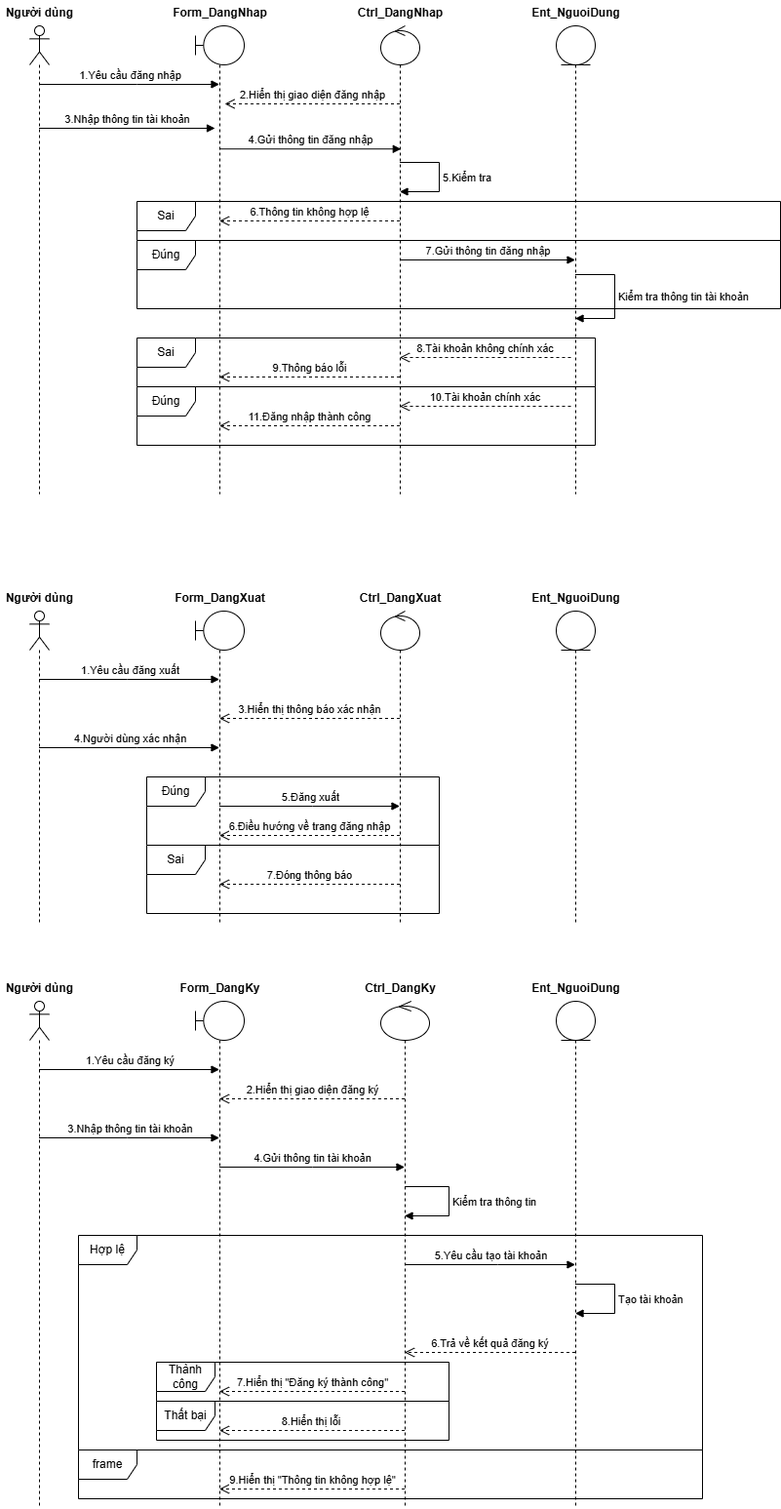
This is BieuDoTuanTu.drawio.png from Thaiduonng/PTTKHT, a draw.io export, as it was before one commit. Source tidied: cells renumbered, new cells last; positions are measured from the earlier drawing's top-left corner, leaving out a move shared by most shapes.
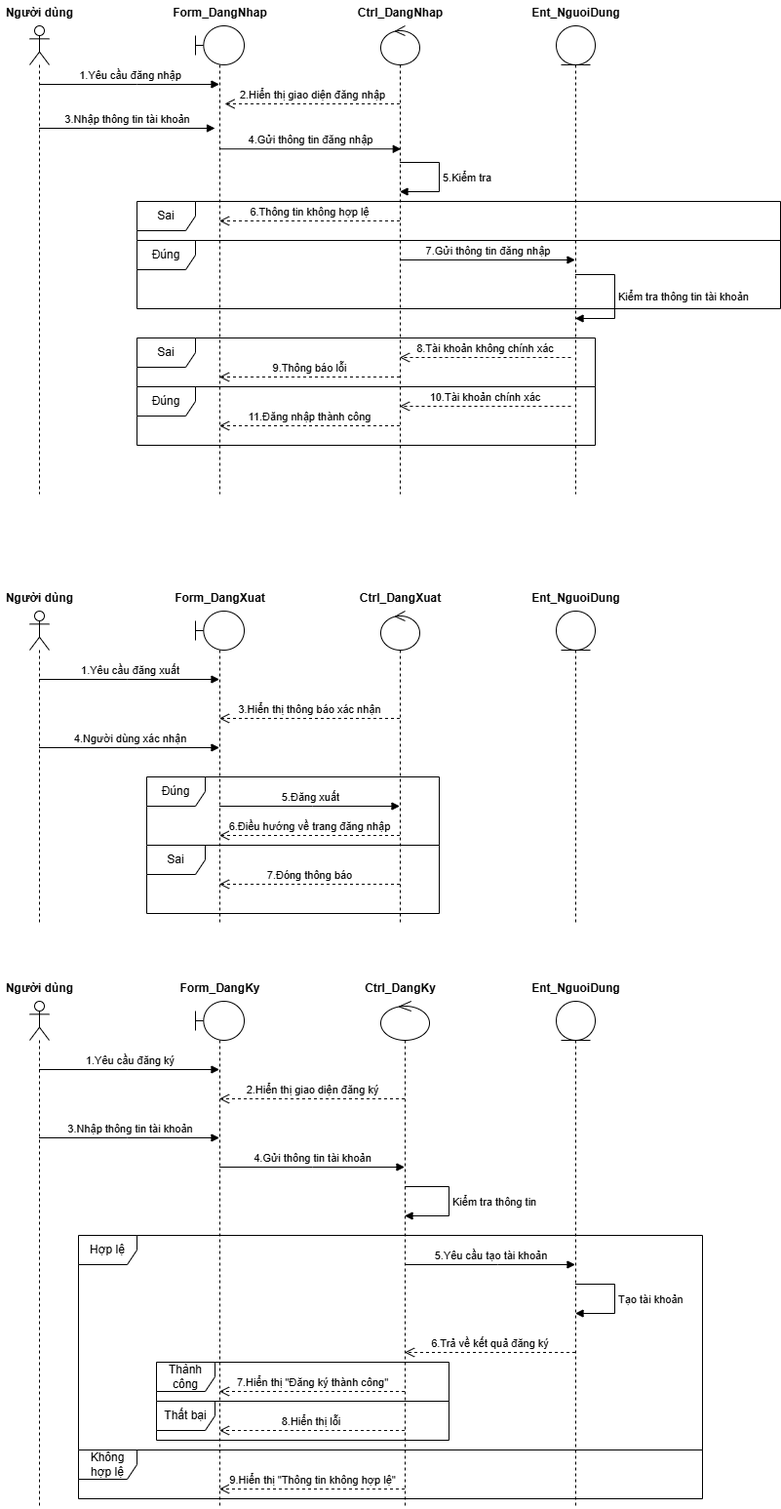
After the change.

Diff of the diagram source:
```diff
@@ -297,7 +297,7 @@
     <mxCell id="62" value="Thất bại" style="shape=umlFrame;whiteSpace=wrap;html=1;" parent="1" vertex="1">
       <mxGeometry x="160" y="1436" width="300" height="40" as="geometry" />
     </mxCell>
-    <mxCell id="63" value="frame" style="shape=umlFrame;whiteSpace=wrap;html=1;" parent="1" vertex="1">
+    <mxCell id="63" value="Không hợp lệ" style="shape=umlFrame;whiteSpace=wrap;html=1;" parent="1" vertex="1">
       <mxGeometry x="80" y="1486" width="640" height="50" as="geometry" />
     </mxCell>
     <mxCell id="64" value="9.Hiển thị &quot;Thông tin không hợp lệ&quot;" style="html=1;verticalAlign=bottom;endArrow=open;dashed=1;endSize=8;curved=0;rounded=0;" parent="1" edge="1" source="45" target="43">
```
